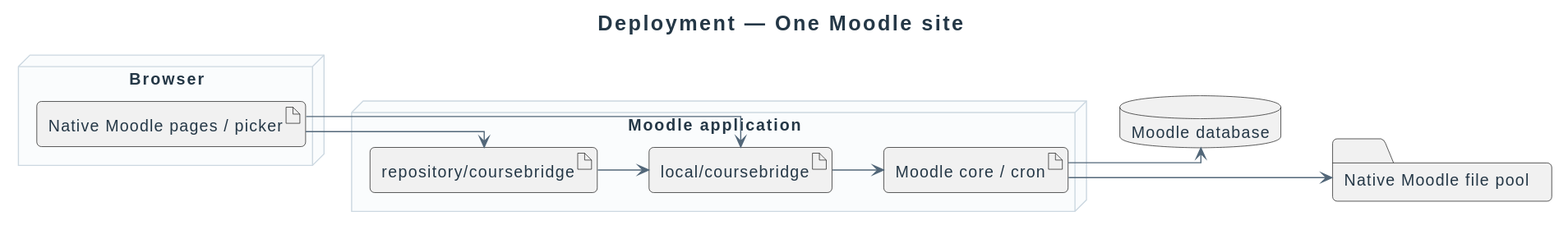
didactika/moodle-local_coursefiles keeps this PlantUML diagram as docs/diagrams/design/deployment.svg. Above is the earlier version.
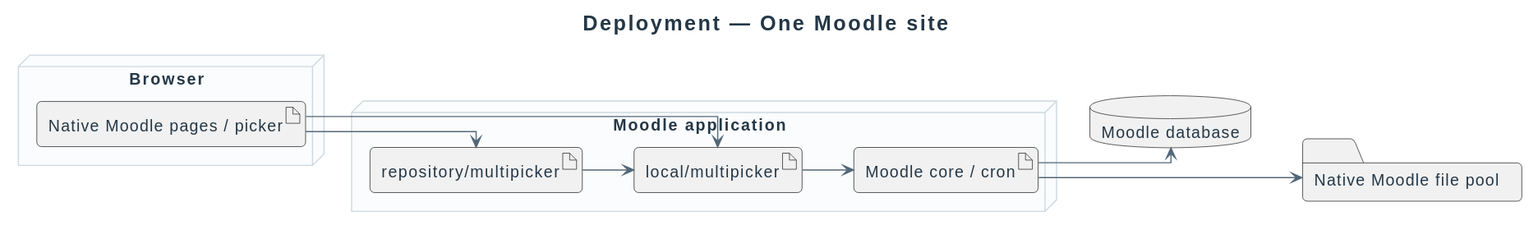
After the change.

The edit, as a diff of the source:
```diff
@@ -6,8 +6,8 @@
   artifact "Native Moodle pages / picker" as UI
 }
 node "Moodle application" {
-  artifact "local/coursebridge" as Local
-  artifact "repository/coursebridge" as Repository
+  artifact "local/multipicker" as Local
+  artifact "repository/multipicker" as Repository
   artifact "Moodle core / cron" as Core
 }
 database "Moodle database" as DB
```
